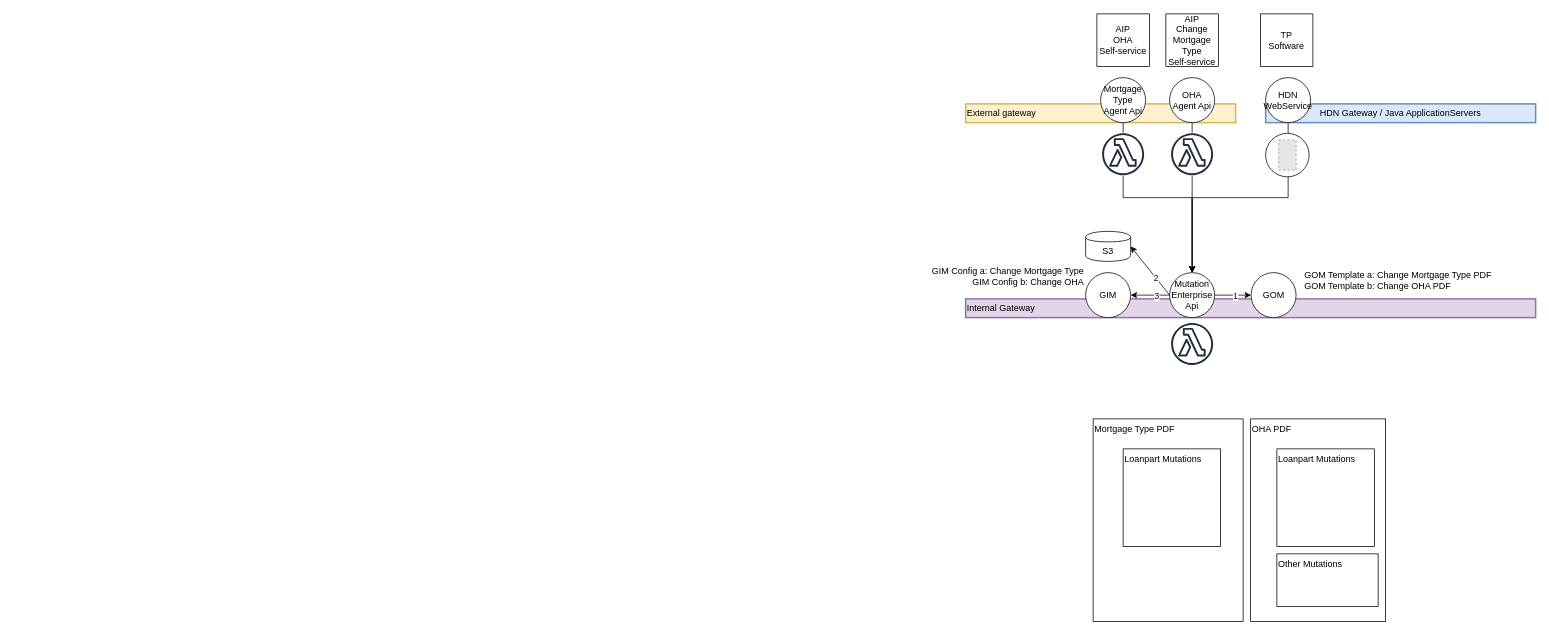
Earlier version of the draw.io diagram page "MutationApi" (4 of 5) of GIm-GOM-GUM.drawio (luchthandel/diagrams). Source tidied: cells renumbered, new cells numbered last; positions are measured from the earlier drawing's top-left corner, leaving out a move shared by most shapes. Both pictures are drawn from the tidied source at 75%, with x=0, y=0 at pixel (913, 14). Pictures stored in the file or linked from it are replaced by grey dashed boxes.
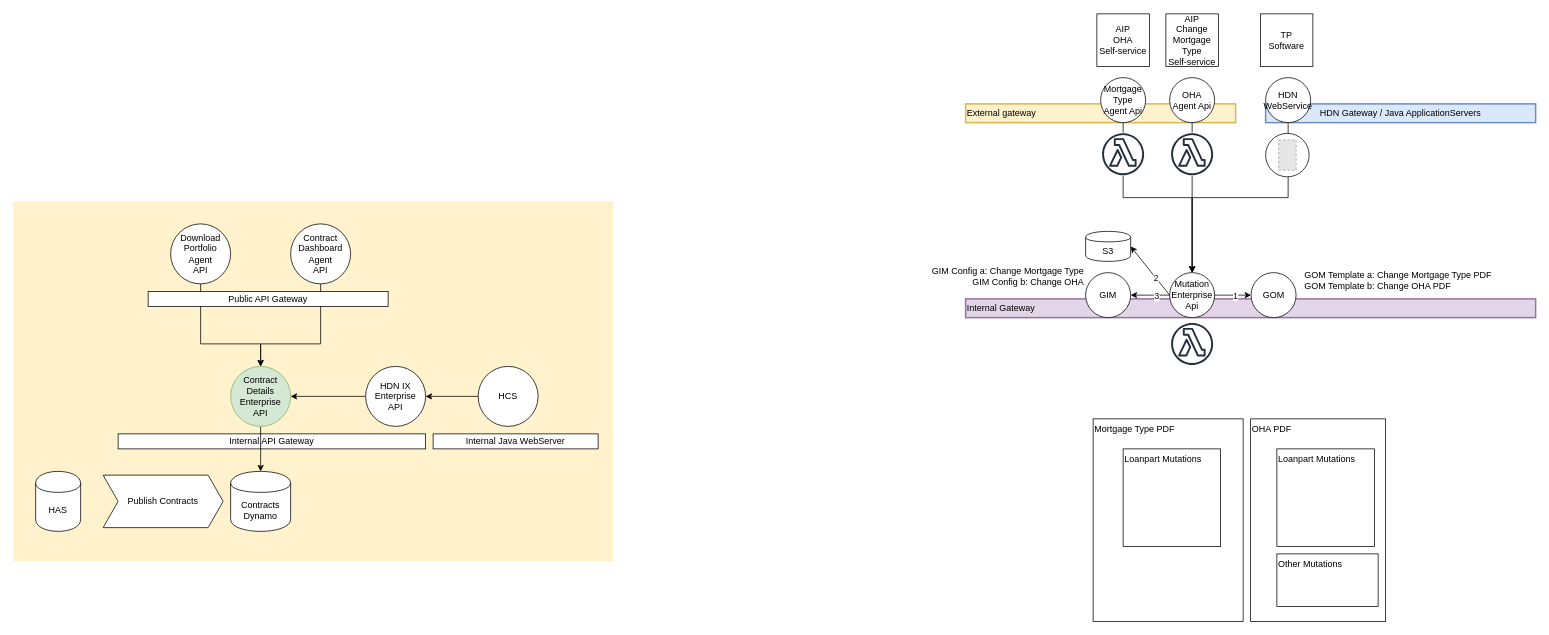
Above is the later version.

Change to the diagram source:
```diff
@@
+    <mxCell id="39" style="rounded=0;whiteSpace=wrap;html=1;fillColor=#fff2cc;strokeColor=none;" parent="1" vertex="1">
+      <mxGeometry x="-1200" y="250" width="800" height="480" as="geometry" />
+    </mxCell>
+    <mxCell id="40" style="edgeStyle=orthogonalEdgeStyle;rounded=0;jettySize=auto;html=1;exitX=0.5;exitY=1;exitDx=0;exitDy=0;entryX=0.5;entryY=0;entryDx=0;entryDy=0;" parent="1" edge="1" source="41" target="49">
+      <mxGeometry relative="1" as="geometry">
+        <Array as="points">
+          <mxPoint x="-950" y="440" />
+          <mxPoint x="-870" y="440" />
+        </Array>
+      </mxGeometry>
+    </mxCell>
+    <mxCell id="41" value="Download&lt;br&gt;Portfolio&lt;br&gt;Agent&lt;br&gt;API" style="ellipse;whiteSpace=wrap;html=1;" parent="1" vertex="1">
+      <mxGeometry x="-990" y="280" width="80" height="80" as="geometry" />
+    </mxCell>
+    <mxCell id="42" style="edgeStyle=orthogonalEdgeStyle;rounded=0;jettySize=auto;html=1;exitX=0.5;exitY=1;exitDx=0;exitDy=0;entryX=0.5;entryY=0;entryDx=0;entryDy=0;" parent="1" edge="1" source="43" target="49">
+      <mxGeometry relative="1" as="geometry">
+        <Array as="points">
+          <mxPoint x="-790" y="440" />
+          <mxPoint x="-870" y="440" />
+        </Array>
+      </mxGeometry>
+    </mxCell>
+    <mxCell id="43" value="Contract&lt;br&gt;Dashboard&lt;br&gt;Agent&lt;br&gt;API" style="ellipse;whiteSpace=wrap;html=1;" parent="1" vertex="1">
+      <mxGeometry x="-830" y="280" width="80" height="80" as="geometry" />
+    </mxCell>
+    <mxCell id="44" style="rounded=0;jettySize=auto;html=1;exitX=0;exitY=0.5;exitDx=0;exitDy=0;entryX=1;entryY=0.5;entryDx=0;entryDy=0;" parent="1" edge="1" source="45" target="49">
+      <mxGeometry relative="1" as="geometry" />
+    </mxCell>
+    <mxCell id="45" value="HDN IX&lt;br&gt;Enterprise&lt;br&gt;API" style="ellipse;whiteSpace=wrap;html=1;" parent="1" vertex="1">
+      <mxGeometry x="-730" y="470" width="80" height="80" as="geometry" />
+    </mxCell>
+    <mxCell id="46" value="Public API Gateway" style="rounded=0;whiteSpace=wrap;html=1;" parent="1" vertex="1">
+      <mxGeometry x="-1020" y="370" width="320" height="20" as="geometry" />
+    </mxCell>
+    <mxCell id="47" value="Internal API Gateway" style="rounded=0;whiteSpace=wrap;html=1;" parent="1" vertex="1">
+      <mxGeometry x="-1060" y="560" width="410" height="20" as="geometry" />
+    </mxCell>
+    <mxCell id="48" style="edgeStyle=none;rounded=0;jettySize=auto;html=1;exitX=0.5;exitY=1;exitDx=0;exitDy=0;entryX=0.5;entryY=0;entryDx=0;entryDy=0;" parent="1" edge="1" source="49" target="50">
+      <mxGeometry relative="1" as="geometry" />
+    </mxCell>
+    <mxCell id="49" value="Contract Details Enterprise&lt;br&gt;API" style="ellipse;whiteSpace=wrap;html=1;fillColor=#d5e8d4;strokeColor=#82b366;" parent="1" vertex="1">
+      <mxGeometry x="-910" y="470" width="80" height="80" as="geometry" />
+    </mxCell>
+    <mxCell id="50" value="Contracts&lt;br&gt;Dynamo" style="shape=cylinder;whiteSpace=wrap;html=1;boundedLbl=1;backgroundOutline=1;" parent="1" vertex="1">
+      <mxGeometry x="-910" y="610" width="80" height="80" as="geometry" />
+    </mxCell>
+    <mxCell id="51" value="Publish Contracts" style="shape=step;perimeter=stepPerimeter;whiteSpace=wrap;html=1;fixedSize=1;" parent="1" vertex="1">
+      <mxGeometry x="-1080" y="615" width="160" height="70" as="geometry" />
+    </mxCell>
+    <mxCell id="52" value="HAS" style="shape=cylinder;whiteSpace=wrap;html=1;boundedLbl=1;backgroundOutline=1;" parent="1" vertex="1">
+      <mxGeometry x="-1170" y="610" width="60" height="80" as="geometry" />
+    </mxCell>
+    <mxCell id="53" value="Internal Java WebServer" style="rounded=0;whiteSpace=wrap;html=1;" parent="1" vertex="1">
+      <mxGeometry x="-640" y="560" width="220" height="20" as="geometry" />
+    </mxCell>
+    <mxCell id="54" style="edgeStyle=none;rounded=0;jettySize=auto;html=1;exitX=0;exitY=0.5;exitDx=0;exitDy=0;entryX=1;entryY=0.5;entryDx=0;entryDy=0;" parent="1" edge="1" source="55" target="45">
+      <mxGeometry relative="1" as="geometry" />
+    </mxCell>
+    <mxCell id="55" value="HCS" style="ellipse;whiteSpace=wrap;html=1;" parent="1" vertex="1">
+      <mxGeometry x="-580" y="470" width="80" height="80" as="geometry" />
+    </mxCell>
```
